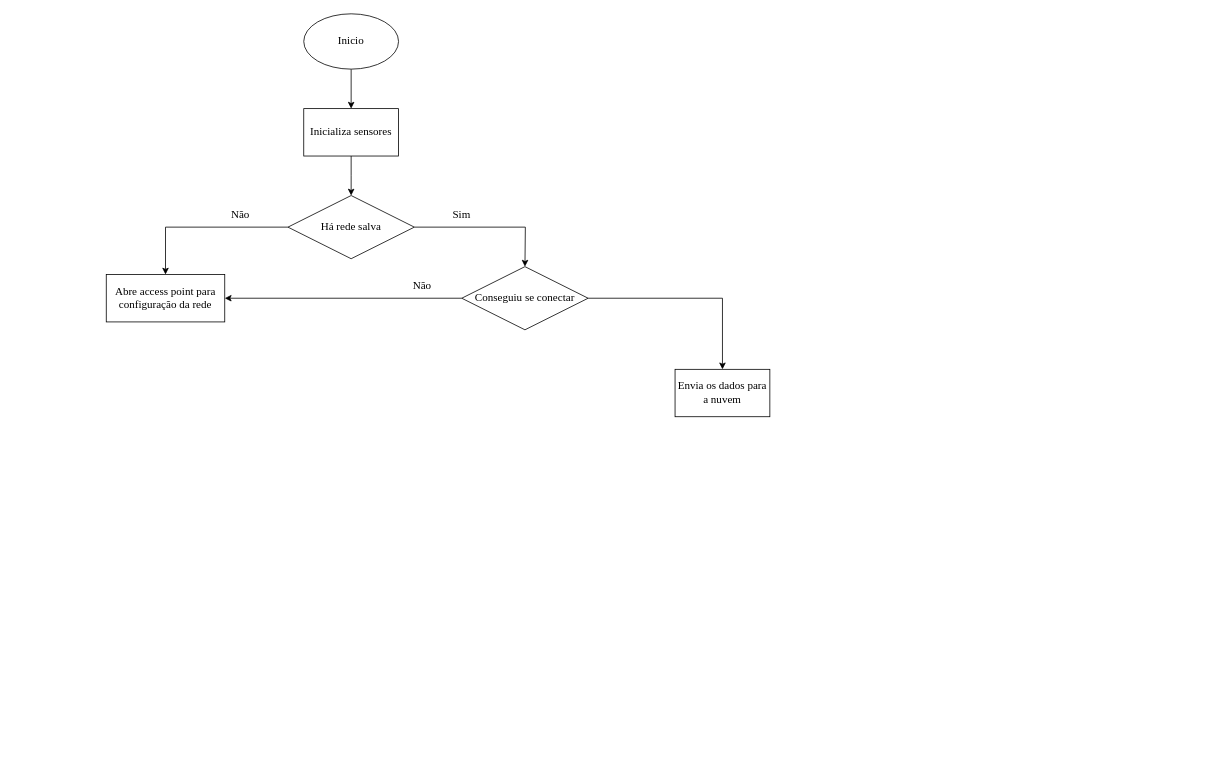
Earlier version of the draw.io diagram tulio.drawio (MDSBC/mdsbc). Source tidied: cells renumbered, new cells numbered last; positions are measured from the earlier drawing's top-left corner, leaving out a move shared by most shapes. Both pictures are drawn from the tidied source at 79%, with x=0, y=0 at pixel (106, 13).
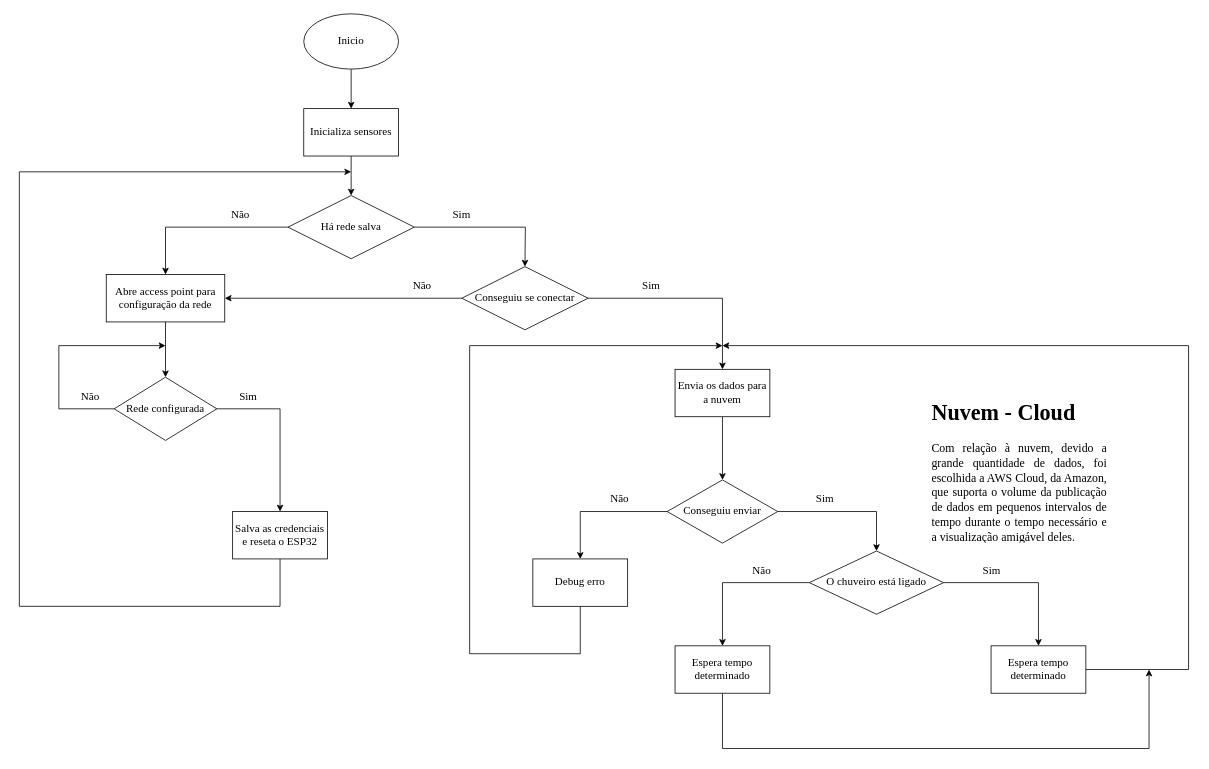
After the change.

The change refers to these unchanged cells:
```xml
<mxCell id="12" value="Abre access point para configuração da rede" style="whiteSpace=wrap;html=1;fontSize=14;fontFamily=Times New Roman;" parent="1" vertex="1">
  <mxGeometry y="330" width="150" height="60" as="geometry" />
</mxCell>
<mxCell id="16" value="Envia os dados para a nuvem" style="whiteSpace=wrap;html=1;fontSize=14;fontFamily=Times New Roman;" parent="1" vertex="1">
  <mxGeometry x="720" y="450" width="120" height="60" as="geometry" />
</mxCell>
```

The edit, as a diff of the source:
```diff
@@
+    <mxCell id="17" style="edgeStyle=orthogonalEdgeStyle;rounded=0;jettySize=auto;html=1;fontFamily=Times New Roman;fontSize=14;" parent="1" edge="1" source="12" target="24">
+      <mxGeometry relative="1" as="geometry" />
+    </mxCell>
@@
+    <mxCell id="18" style="edgeStyle=orthogonalEdgeStyle;rounded=0;jettySize=auto;html=1;fontFamily=Times New Roman;fontSize=14;" parent="1" edge="1" source="16" target="21">
+      <mxGeometry relative="1" as="geometry" />
+    </mxCell>
@@
+    <mxCell id="19" style="edgeStyle=orthogonalEdgeStyle;rounded=0;jettySize=auto;html=1;fontFamily=Times New Roman;fontSize=14;" parent="1" edge="1" source="21" target="29">
+      <mxGeometry relative="1" as="geometry" />
+    </mxCell>
+    <mxCell id="20" style="edgeStyle=orthogonalEdgeStyle;rounded=0;jettySize=auto;html=1;fontFamily=Times New Roman;fontSize=14;" parent="1" edge="1" source="21" target="32">
+      <mxGeometry relative="1" as="geometry" />
+    </mxCell>
+    <mxCell id="21" value="Conseguiu enviar" style="rhombus;whiteSpace=wrap;html=1;fontFamily=Times New Roman;fontSize=14;" parent="1" vertex="1">
+      <mxGeometry x="710" y="590" width="140" height="80" as="geometry" />
+    </mxCell>
+    <mxCell id="22" style="edgeStyle=orthogonalEdgeStyle;rounded=0;jettySize=auto;html=1;fontFamily=Times New Roman;fontSize=14;" parent="1" edge="1" source="24">
+      <mxGeometry relative="1" as="geometry">
+        <mxPoint x="75" y="420" as="targetPoint" />
+        <Array as="points">
+          <mxPoint x="-60" y="500" />
+          <mxPoint x="-60" y="420" />
+        </Array>
+      </mxGeometry>
+    </mxCell>
+    <mxCell id="23" style="edgeStyle=orthogonalEdgeStyle;rounded=0;jettySize=auto;html=1;fontFamily=Times New Roman;fontSize=14;" parent="1" edge="1" source="24" target="27">
+      <mxGeometry relative="1" as="geometry" />
+    </mxCell>
+    <mxCell id="24" value="Rede configurada" style="rhombus;whiteSpace=wrap;html=1;fontSize=14;fontFamily=Times New Roman;" parent="1" vertex="1">
+      <mxGeometry x="10" y="460" width="130" height="80" as="geometry" />
+    </mxCell>
+    <mxCell id="25" value="Não" style="text;html=1;strokeColor=none;fillColor=none;align=center;verticalAlign=middle;whiteSpace=wrap;rounded=0;fontSize=14;fontFamily=Times New Roman;" parent="1" vertex="1">
+      <mxGeometry x="-50" y="470" width="60" height="30" as="geometry" />
+    </mxCell>
+    <mxCell id="26" style="edgeStyle=orthogonalEdgeStyle;rounded=0;jettySize=auto;html=1;fontFamily=Times New Roman;fontSize=14;" parent="1" edge="1" source="27">
+      <mxGeometry relative="1" as="geometry">
+        <mxPoint x="310" y="200" as="targetPoint" />
+        <Array as="points">
+          <mxPoint x="220" y="750" />
+          <mxPoint x="-110" y="750" />
+          <mxPoint x="-110" y="200" />
+        </Array>
+      </mxGeometry>
+    </mxCell>
+    <mxCell id="27" value="Salva as credenciais e reseta o ESP32" style="whiteSpace=wrap;html=1;fontSize=14;fontFamily=Times New Roman;" parent="1" vertex="1">
+      <mxGeometry x="160" y="630" width="120" height="60" as="geometry" />
+    </mxCell>
+    <mxCell id="28" style="edgeStyle=orthogonalEdgeStyle;rounded=0;jettySize=auto;html=1;fontFamily=Times New Roman;fontSize=14;" parent="1" edge="1" source="29">
+      <mxGeometry relative="1" as="geometry">
+        <mxPoint x="780" y="420" as="targetPoint" />
+        <Array as="points">
+          <mxPoint x="600" y="810" />
+          <mxPoint x="460" y="810" />
+          <mxPoint x="460" y="420" />
+        </Array>
+      </mxGeometry>
+    </mxCell>
+    <mxCell id="29" value="Debug erro" style="rounded=0;whiteSpace=wrap;html=1;fontFamily=Times New Roman;fontSize=14;" parent="1" vertex="1">
+      <mxGeometry x="540" y="690" width="120" height="60" as="geometry" />
+    </mxCell>
+    <mxCell id="30" style="edgeStyle=orthogonalEdgeStyle;rounded=0;jettySize=auto;html=1;fontFamily=Times New Roman;fontSize=14;" parent="1" edge="1" source="32" target="36">
+      <mxGeometry relative="1" as="geometry" />
+    </mxCell>
+    <mxCell id="31" style="edgeStyle=orthogonalEdgeStyle;rounded=0;jettySize=auto;html=1;fontFamily=Times New Roman;fontSize=14;" parent="1" edge="1" source="32" target="38">
+      <mxGeometry relative="1" as="geometry" />
+    </mxCell>
+    <mxCell id="32" value="O chuveiro está ligado" style="rhombus;whiteSpace=wrap;html=1;fontFamily=Times New Roman;fontSize=14;" parent="1" vertex="1">
+      <mxGeometry x="890" y="680" width="170" height="80" as="geometry" />
+    </mxCell>
+    <mxCell id="33" value="Sim" style="text;html=1;strokeColor=none;fillColor=none;align=center;verticalAlign=middle;whiteSpace=wrap;rounded=0;fontSize=14;fontFamily=Times New Roman;" parent="1" vertex="1">
+      <mxGeometry x="880" y="600" width="60" height="30" as="geometry" />
+    </mxCell>
+    <mxCell id="34" value="Não" style="text;html=1;strokeColor=none;fillColor=none;align=center;verticalAlign=middle;whiteSpace=wrap;rounded=0;fontSize=14;fontFamily=Times New Roman;" parent="1" vertex="1">
+      <mxGeometry x="620" y="600" width="60" height="30" as="geometry" />
+    </mxCell>
+    <mxCell id="35" style="edgeStyle=orthogonalEdgeStyle;rounded=0;jettySize=auto;html=1;fontFamily=Times New Roman;fontSize=14;" parent="1" edge="1" source="36">
+      <mxGeometry relative="1" as="geometry">
+        <mxPoint x="780" y="420" as="targetPoint" />
+        <Array as="points">
+          <mxPoint x="1370" y="830" />
+          <mxPoint x="1370" y="420" />
+        </Array>
+      </mxGeometry>
+    </mxCell>
+    <mxCell id="36" value="Espera tempo determinado" style="whiteSpace=wrap;html=1;fontSize=14;fontFamily=Times New Roman;" parent="1" vertex="1">
+      <mxGeometry x="1120" y="800" width="120" height="60" as="geometry" />
+    </mxCell>
+    <mxCell id="37" style="edgeStyle=orthogonalEdgeStyle;rounded=0;jettySize=auto;html=1;fontFamily=Times New Roman;fontSize=14;" parent="1" edge="1" source="38">
+      <mxGeometry relative="1" as="geometry">
+        <mxPoint x="1320" y="830" as="targetPoint" />
+        <Array as="points">
+          <mxPoint x="780" y="930" />
+          <mxPoint x="1320" y="930" />
+        </Array>
+      </mxGeometry>
+    </mxCell>
+    <mxCell id="38" value="Espera tempo determinado" style="whiteSpace=wrap;html=1;fontSize=14;fontFamily=Times New Roman;" parent="1" vertex="1">
+      <mxGeometry x="720" y="800" width="120" height="60" as="geometry" />
+    </mxCell>
+    <mxCell id="39" value="Sim" style="text;html=1;strokeColor=none;fillColor=none;align=center;verticalAlign=middle;whiteSpace=wrap;rounded=0;fontSize=14;fontFamily=Times New Roman;" parent="1" vertex="1">
+      <mxGeometry x="660" y="330" width="60" height="30" as="geometry" />
+    </mxCell>
+    <mxCell id="40" value="Sim" style="text;html=1;strokeColor=none;fillColor=none;align=center;verticalAlign=middle;whiteSpace=wrap;rounded=0;fontSize=14;fontFamily=Times New Roman;" parent="1" vertex="1">
+      <mxGeometry x="150" y="470" width="60" height="30" as="geometry" />
+    </mxCell>
+    <mxCell id="41" value="Sim" style="text;html=1;strokeColor=none;fillColor=none;align=center;verticalAlign=middle;whiteSpace=wrap;rounded=0;fontSize=14;fontFamily=Times New Roman;" parent="1" vertex="1">
+      <mxGeometry x="1091" y="690" width="60" height="30" as="geometry" />
+    </mxCell>
+    <mxCell id="42" value="Não" style="text;html=1;strokeColor=none;fillColor=none;align=center;verticalAlign=middle;whiteSpace=wrap;rounded=0;fontSize=14;fontFamily=Times New Roman;" parent="1" vertex="1">
+      <mxGeometry x="800" y="690" width="60" height="30" as="geometry" />
+    </mxCell>
+    <mxCell id="43" value="&lt;h1&gt;Nuvem - Cloud&lt;/h1&gt;&lt;p style=&quot;text-align: justify;&quot;&gt;&lt;font style=&quot;font-size: 15px;&quot;&gt;Com relação à nuvem, devido a grande quantidade de dados, foi escolhida a AWS Cloud, da Amazon, que suporta o volume da publicação de dados em pequenos intervalos de tempo durante o tempo necessário e a visualização amigável deles.&lt;/font&gt;&lt;/p&gt;" style="text;html=1;strokeColor=none;fillColor=none;spacing=5;spacingTop=-20;whiteSpace=wrap;overflow=hidden;rounded=0;fontSize=14;fontFamily=Times New Roman;" parent="1" vertex="1">
+      <mxGeometry x="1040" y="480" width="230" height="190" as="geometry" />
+    </mxCell>
```
